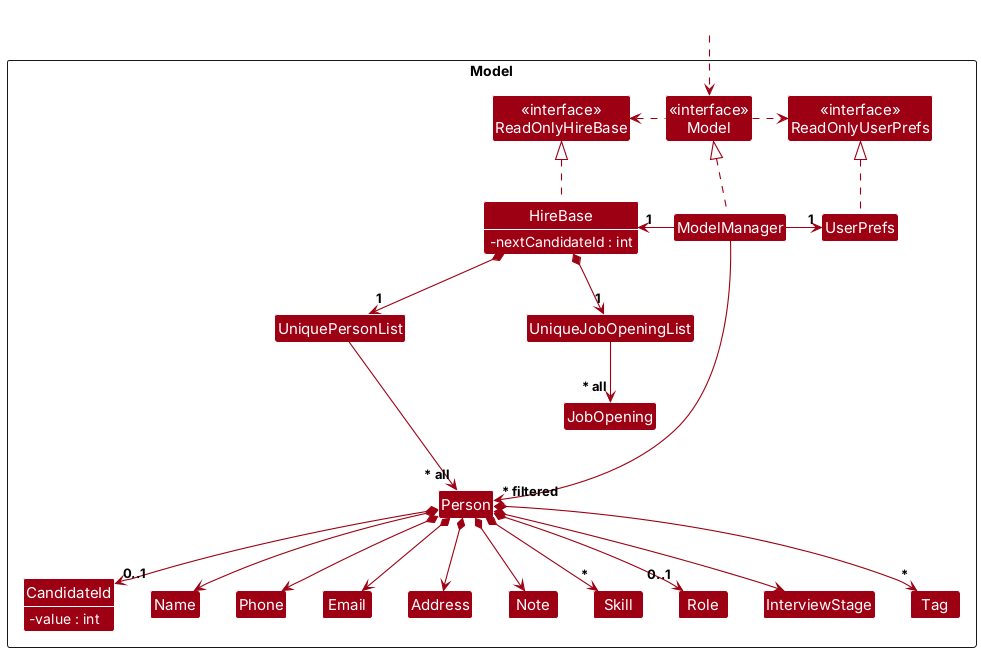
Before: docs/images/ModelClassDiagram.png, a diagram exported from PlantUML (AY2627S1-CS2103T-T12-1/tp). The source it was exported from:
```plantuml
@startuml
!include style.puml
skinparam arrowThickness 1.1
skinparam classAttributeFontColor #FFFFFF
skinparam classAttributeIconSize 0
skinparam arrowColor MODEL_COLOR
skinparam classBackgroundColor MODEL_COLOR

Package Model as ModelPackage <<Rectangle>>{
Class "<<interface>>\nReadOnlyHireBase" as ReadOnlyHireBase
Class "<<interface>>\nReadOnlyUserPrefs" as ReadOnlyUserPrefs
Class "<<interface>>\nModel" as Model
Class HireBase {
    -nextCandidateId : int
}
Class ModelManager
Class UserPrefs

Class UniquePersonList
Class UniqueJobOpeningList
Class JobOpening
Class Person
Class CandidateId {
    -value : int
}
Class Name
Class Phone
Class Email
Class Address
Class Note
Class Skill
Class Role
Class InterviewStage
Class Tag

Class I #FFFFFF
}

show HireBase fields
show CandidateId fields

Class HiddenOutside #FFFFFF
HiddenOutside ..> Model

HireBase .up.|> ReadOnlyHireBase

ModelManager .up.|> Model
Model .right.> ReadOnlyUserPrefs
Model .left.> ReadOnlyHireBase
ModelManager -left-> "1" HireBase
ModelManager -right-> "1" UserPrefs
UserPrefs .up.|> ReadOnlyUserPrefs

HireBase *--> "1" UniquePersonList
HireBase *--> "1" UniqueJobOpeningList
UniqueJobOpeningList --> "~* all" JobOpening
UniquePersonList --> "~* all" Person
Person *--> "0..1" CandidateId
Person *--> Name
Person *--> Phone
Person *--> Email
Person *--> Address
Person *--> Note
Person *--> "*" Skill
Person *--> "0..1" Role
Person *--> InterviewStage
Person *--> "*" Tag

Person -[hidden]up--> I
UniquePersonList -[hidden]right-> I

CandidateId -[hidden]right-> Name
Name -[hidden]right-> Phone
Phone -[hidden]right-> Email
Email -[hidden]right-> Address

ModelManager --> "~* filtered" Person
@enduml
```
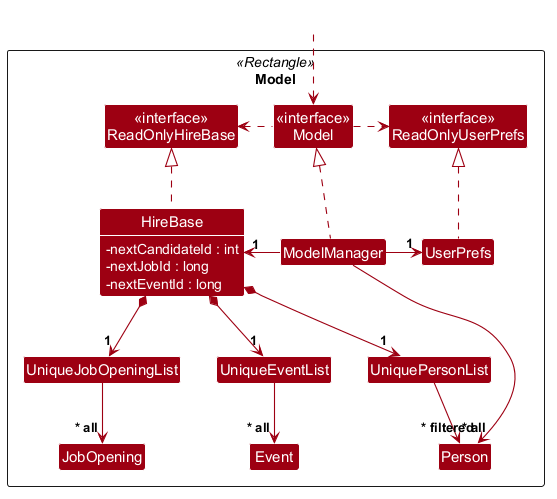
After the commit.

Change to the diagram source:
```diff
@@ -12,32 +12,21 @@
 Class "<<interface>>\nModel" as Model
 Class HireBase {
     -nextCandidateId : int
+    -nextJobId : long
+    -nextEventId : long
 }
 Class ModelManager
 Class UserPrefs
 
 Class UniquePersonList
 Class UniqueJobOpeningList
+Class UniqueEventList
+Class Person
 Class JobOpening
-Class Person
-Class CandidateId {
-    -value : int
-}
-Class Name
-Class Phone
-Class Email
-Class Address
-Class Note
-Class Skill
-Class Role
-Class InterviewStage
-Class Tag
-
-Class I #FFFFFF
+Class Event
 }
 
 show HireBase fields
-show CandidateId fields
 
 Class HiddenOutside #FFFFFF
 HiddenOutside ..> Model
@@ -53,26 +42,10 @@
 
 HireBase *--> "1" UniquePersonList
 HireBase *--> "1" UniqueJobOpeningList
+HireBase *--> "1" UniqueEventList
+UniquePersonList --> "~* all" Person
 UniqueJobOpeningList --> "~* all" JobOpening
-UniquePersonList --> "~* all" Person
-Person *--> "0..1" CandidateId
-Person *--> Name
-Person *--> Phone
-Person *--> Email
-Person *--> Address
-Person *--> Note
-Person *--> "*" Skill
-Person *--> "0..1" Role
-Person *--> InterviewStage
-Person *--> "*" Tag
-
-Person -[hidden]up--> I
-UniquePersonList -[hidden]right-> I
-
-CandidateId -[hidden]right-> Name
-Name -[hidden]right-> Phone
-Phone -[hidden]right-> Email
-Email -[hidden]right-> Address
+UniqueEventList --> "~* all" Event
 
 ModelManager --> "~* filtered" Person
 @enduml
```
